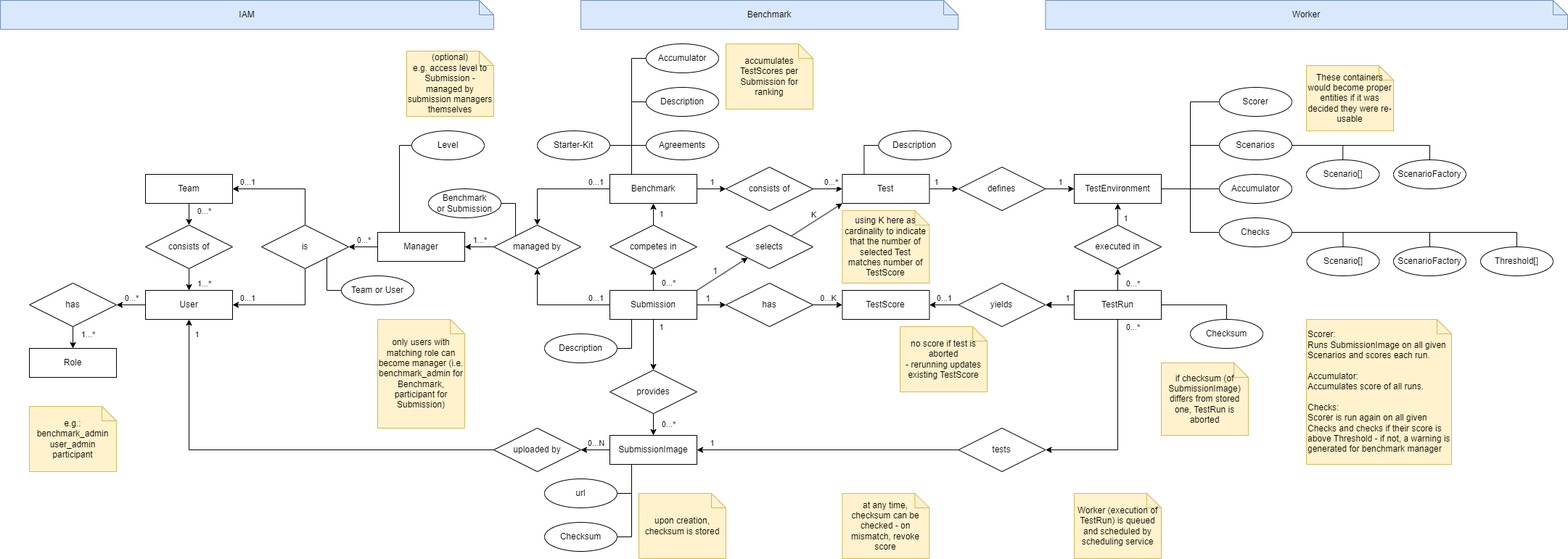
flatland-association/flatland-benchmarks keeps this draw.io diagram as docs/img/development/ERDiagram.drawio.png. Above is the earlier version. Source tidied: cells renumbered, new cells last; positions are measured from the earlier drawing's top-left corner, leaving out a move shared by most shapes.
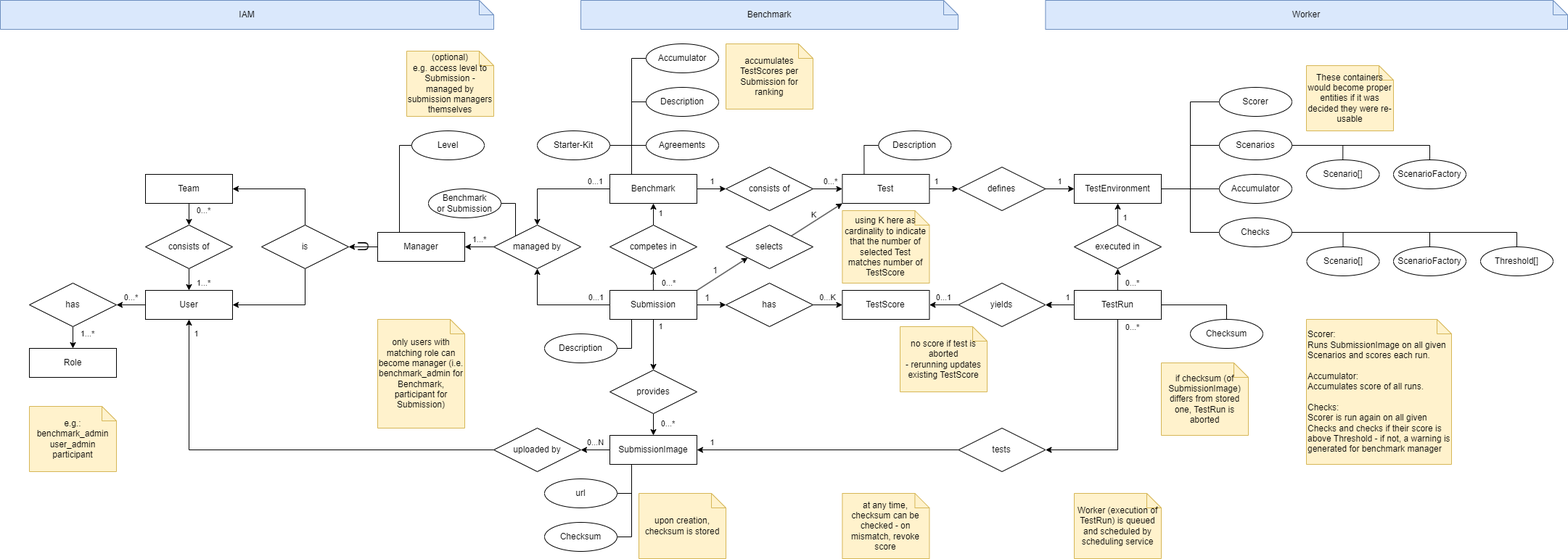
The same file after the commit.

Change to the diagram source:
```diff
@@ -27,17 +27,9 @@
     <mxCell id="8" style="edgeStyle=orthogonalEdgeStyle;rounded=0;jettySize=auto;html=1;entryX=1;entryY=0.5;entryDx=0;entryDy=0;endArrow=classic;endFill=1;startArrow=none;startFill=0;" parent="1" edge="1" source="10" target="16">
       <mxGeometry relative="1" as="geometry" />
     </mxCell>
-    <mxCell id="9" value="0...*" style="edgeLabel;html=1;align=center;verticalAlign=middle;" parent="8" vertex="1">
-      <mxGeometry x="-0.65" y="-1" relative="1" as="geometry">
-        <mxPoint x="-13" y="-9" as="offset" />
-      </mxGeometry>
-    </mxCell>
     <mxCell id="10" value="Manager" style="whiteSpace=wrap;html=1;align=center;" parent="1" vertex="1">
       <mxGeometry x="520" y="320" width="120" height="40" as="geometry" />
     </mxCell>
-    <mxCell id="11" style="edgeStyle=orthogonalEdgeStyle;rounded=0;jettySize=auto;html=1;exitX=1;exitY=0;exitDx=0;exitDy=0;entryX=0;entryY=0.5;entryDx=0;entryDy=0;endArrow=none;endFill=0;" parent="1" edge="1" source="16" target="17">
-      <mxGeometry relative="1" as="geometry" />
-    </mxCell>
     <mxCell id="12" style="edgeStyle=orthogonalEdgeStyle;rounded=0;jettySize=auto;html=1;exitX=0.5;exitY=0;exitDx=0;exitDy=0;entryX=1;entryY=0.5;entryDx=0;entryDy=0;endArrow=classic;endFill=1;startArrow=none;startFill=0;" parent="1" edge="1" source="16" target="4">
       <mxGeometry relative="1" as="geometry">
         <Array as="points">
@@ -45,11 +37,6 @@
         </Array>
       </mxGeometry>
     </mxCell>
-    <mxCell id="13" value="0...1" style="edgeLabel;html=1;align=center;verticalAlign=middle;" parent="12" vertex="1">
-      <mxGeometry x="0.73" relative="1" as="geometry">
-        <mxPoint y="-10" as="offset" />
-      </mxGeometry>
-    </mxCell>
     <mxCell id="14" style="edgeStyle=orthogonalEdgeStyle;rounded=0;jettySize=auto;html=1;entryX=1;entryY=0.5;entryDx=0;entryDy=0;exitX=0.5;exitY=1;exitDx=0;exitDy=0;" parent="1" edge="1" source="16" target="7">
       <mxGeometry relative="1" as="geometry">
         <Array as="points">
@@ -57,17 +44,9 @@
         </Array>
       </mxGeometry>
     </mxCell>
-    <mxCell id="15" value="0...1" style="edgeLabel;html=1;align=center;verticalAlign=middle;" parent="14" vertex="1">
-      <mxGeometry x="0.82" relative="1" as="geometry">
-        <mxPoint x="7" y="-10" as="offset" />
-      </mxGeometry>
-    </mxCell>
     <mxCell id="16" value="is" style="shape=rhombus;perimeter=rhombusPerimeter;whiteSpace=wrap;html=1;align=center;" parent="1" vertex="1">
       <mxGeometry x="360" y="310" width="120" height="60" as="geometry" />
     </mxCell>
-    <mxCell id="17" value="Team or User" style="ellipse;whiteSpace=wrap;html=1;align=center;" parent="1" vertex="1">
-      <mxGeometry x="470" y="380" width="100" height="40" as="geometry" />
-    </mxCell>
     <mxCell id="18" style="edgeStyle=orthogonalEdgeStyle;rounded=0;jettySize=auto;html=1;" parent="1" edge="1" source="20" target="21">
       <mxGeometry relative="1" as="geometry" />
     </mxCell>
@@ -533,5 +512,8 @@
     <mxCell id="144" value="Benchmark&lt;div&gt;or Submission&lt;/div&gt;" style="ellipse;whiteSpace=wrap;html=1;align=center;" parent="1" vertex="1">
       <mxGeometry x="590" y="260" width="100" height="40" as="geometry" />
     </mxCell>
+    <mxCell id="145" value="&lt;font style=&quot;font-size: 20px;&quot;&gt;U&lt;/font&gt;" style="text;html=1;align=center;verticalAlign=middle;strokeColor=none;fillColor=none;rotation=-90;" parent="1" vertex="1">
+      <mxGeometry x="480" y="320" width="40" height="40" as="geometry" />
+    </mxCell>
   </root>
 </mxGraphModel>
```
